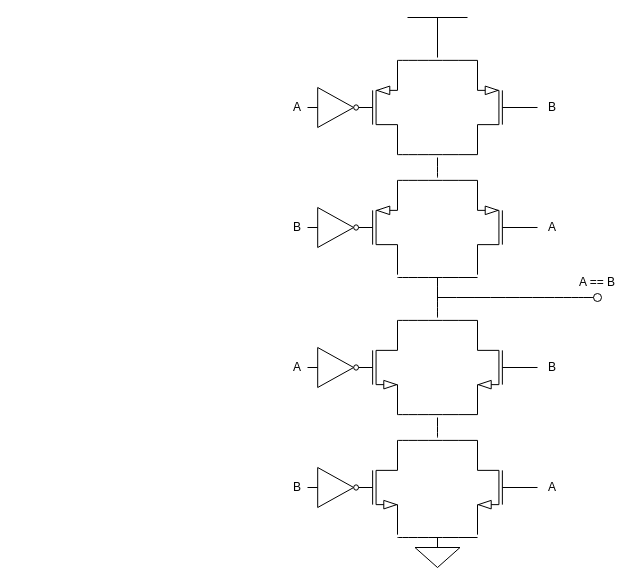
cd-public/hw_asm keeps this draw.io diagram as drawio/12_xnor.drawio. Above is the earlier version. Source tidied: cells renumbered, new cells numbered last; positions are measured from the earlier drawing's top-left corner, leaving out a move shared by most shapes. Both pictures are drawn from the tidied source at 100%, with x=0, y=0 at pixel (267, 17).
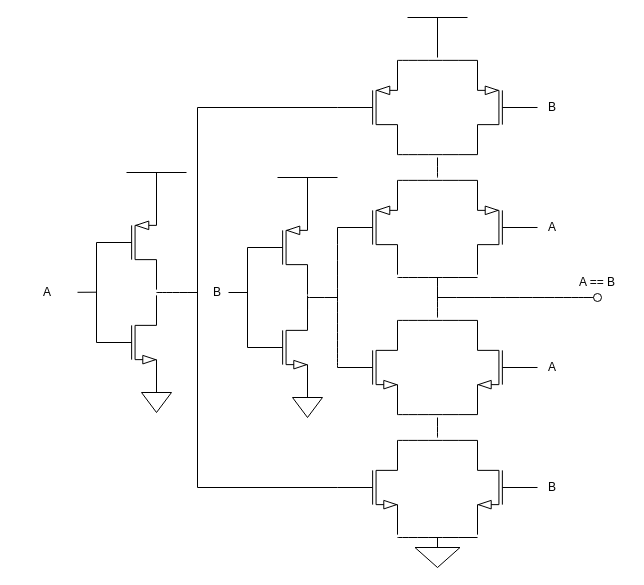
After the change.

The change refers to these unchanged cells:
```xml
<mxCell id="2" style="verticalLabelPosition=bottom;shadow=0;dashed=0;align=center;html=1;verticalAlign=top;shape=mxgraph.electrical.transistors.nmos;" parent="1" vertex="1">
  <mxGeometry x="70" y="420" width="60" height="100" as="geometry" />
</mxCell>
<mxCell id="3" style="verticalLabelPosition=bottom;shadow=0;dashed=0;align=center;html=1;verticalAlign=top;shape=mxgraph.electrical.transistors.nmos;" parent="1" vertex="1">
  <mxGeometry x="70" y="300" width="60" height="100" as="geometry" />
</mxCell>
<mxCell id="5" style="verticalLabelPosition=bottom;shadow=0;dashed=0;align=center;html=1;verticalAlign=top;shape=mxgraph.electrical.transistors.pmos;" parent="1" vertex="1">
  <mxGeometry x="70" y="40" width="60" height="100" as="geometry" />
</mxCell>
<mxCell id="6" style="verticalLabelPosition=bottom;shadow=0;dashed=0;align=center;html=1;verticalAlign=top;shape=mxgraph.electrical.transistors.pmos;" parent="1" vertex="1">
  <mxGeometry x="70" y="160" width="60" height="100" as="geometry" />
</mxCell>
```

Diff of the diagram source:
```diff
@@
-    <mxCell id="9" style="verticalLabelPosition=bottom;shadow=0;dashed=0;align=center;html=1;verticalAlign=top;shape=mxgraph.electrical.logic_gates.inverter_2;" parent="1" vertex="1">
-      <mxGeometry x="40" y="70" width="60" height="40" as="geometry" />
-    </mxCell>
-    <mxCell id="10" style="verticalLabelPosition=bottom;shadow=0;dashed=0;align=center;html=1;verticalAlign=top;shape=mxgraph.electrical.logic_gates.inverter_2;" parent="1" vertex="1">
-      <mxGeometry x="40" y="190" width="60" height="40" as="geometry" />
-    </mxCell>
@@
     <mxCell id="12" value="A" style="text;html=1;whiteSpace=wrap;strokeColor=none;fillColor=none;align=center;verticalAlign=middle;rounded=0;" parent="1" vertex="1">
-      <mxGeometry y="75" width="60" height="30" as="geometry" />
+      <mxGeometry x="-250" y="260" width="60" height="30" as="geometry" />
     </mxCell>
-    <mxCell id="13" value="B" style="text;html=1;whiteSpace=wrap;strokeColor=none;fillColor=none;align=center;verticalAlign=middle;rounded=0;" parent="1" vertex="1">
-      <mxGeometry y="195" width="60" height="30" as="geometry" />
-    </mxCell>
@@
-    <mxCell id="20" style="verticalLabelPosition=bottom;shadow=0;dashed=0;align=center;html=1;verticalAlign=top;shape=mxgraph.electrical.logic_gates.inverter_2;" parent="1" vertex="1">
-      <mxGeometry x="40" y="330" width="60" height="40" as="geometry" />
-    </mxCell>
-    <mxCell id="21" style="verticalLabelPosition=bottom;shadow=0;dashed=0;align=center;html=1;verticalAlign=top;shape=mxgraph.electrical.logic_gates.inverter_2;" parent="1" vertex="1">
-      <mxGeometry x="40" y="450" width="60" height="40" as="geometry" />
-    </mxCell>
@@
-    <mxCell id="23" value="A" style="text;html=1;whiteSpace=wrap;strokeColor=none;fillColor=none;align=center;verticalAlign=middle;rounded=0;" parent="1" vertex="1">
-      <mxGeometry y="335" width="60" height="30" as="geometry" />
+    <mxCell id="23" value="B" style="text;html=1;whiteSpace=wrap;strokeColor=none;fillColor=none;align=center;verticalAlign=middle;rounded=0;" parent="1" vertex="1">
+      <mxGeometry x="-80" y="260" width="60" height="30" as="geometry" />
     </mxCell>
-    <mxCell id="24" value="B" style="text;html=1;whiteSpace=wrap;strokeColor=none;fillColor=none;align=center;verticalAlign=middle;rounded=0;" parent="1" vertex="1">
-      <mxGeometry y="455" width="60" height="30" as="geometry" />
-    </mxCell>
-    <mxCell id="25" value="A" style="text;html=1;whiteSpace=wrap;strokeColor=none;fillColor=none;align=center;verticalAlign=middle;rounded=0;" parent="1" vertex="1">
+    <mxCell id="25" value="B" style="text;html=1;whiteSpace=wrap;strokeColor=none;fillColor=none;align=center;verticalAlign=middle;rounded=0;" parent="1" vertex="1">
       <mxGeometry x="255" y="455" width="60" height="30" as="geometry" />
     </mxCell>
-    <mxCell id="26" value="B" style="text;html=1;whiteSpace=wrap;strokeColor=none;fillColor=none;align=center;verticalAlign=middle;rounded=0;" parent="1" vertex="1">
+    <mxCell id="26" value="A" style="text;html=1;whiteSpace=wrap;strokeColor=none;fillColor=none;align=center;verticalAlign=middle;rounded=0;" parent="1" vertex="1">
       <mxGeometry x="255" y="335" width="60" height="30" as="geometry" />
     </mxCell>
@@
+    <mxCell id="37" style="verticalLabelPosition=bottom;shadow=0;dashed=0;align=center;html=1;verticalAlign=top;shape=mxgraph.electrical.transistors.nmos;labelPerimeter=1;" parent="1" vertex="1">
+      <mxGeometry x="-20" y="280" width="60" height="100" as="geometry" />
+    </mxCell>
+    <mxCell id="38" style="endArrow=none;html=1;rounded=0;defaultLabelBackgroundColor=gap;entryX=0;entryY=0.5;entryDx=0;entryDy=0;entryPerimeter=0;exitX=0;exitY=0.5;exitDx=0;exitDy=0;exitPerimeter=0;" parent="1" edge="1" source="40" target="37">
+      <mxGeometry relative="1" as="geometry" />
+    </mxCell>
+    <mxCell id="39" style="verticalLabelPosition=bottom;shadow=0;dashed=0;align=center;html=1;verticalAlign=top;shape=mxgraph.electrical.signal_sources.signal_ground;labelPerimeter=1;" parent="1" vertex="1">
+      <mxGeometry x="25" y="370" width="30" height="30" as="geometry" />
+    </mxCell>
+    <mxCell id="40" style="verticalLabelPosition=bottom;shadow=0;dashed=0;align=center;html=1;verticalAlign=top;shape=mxgraph.electrical.transistors.pmos;labelPerimeter=1;" parent="1" vertex="1">
+      <mxGeometry x="-20" y="180" width="60" height="100" as="geometry" />
+    </mxCell>
+    <mxCell id="41" style="endArrow=none;html=1;rounded=0;defaultLabelBackgroundColor=gap;entryX=1.001;entryY=1.009;entryDx=0;entryDy=0;entryPerimeter=0;exitX=1.001;exitY=0.095;exitDx=0;exitDy=0;exitPerimeter=0;" parent="1" edge="1" source="37" target="40">
+      <mxGeometry relative="1" as="geometry" />
+    </mxCell>
+    <mxCell id="42" style="endArrow=none;html=1;rounded=0;fontSize=12;startSize=8;endSize=8;curved=1;entryX=0;entryY=0.5;entryDx=0;entryDy=0;entryPerimeter=0;exitX=0;exitY=0.5;exitDx=0;exitDy=0;exitPerimeter=0;" parent="1" edge="1" source="3" target="6">
+      <mxGeometry relative="1" as="geometry" />
+    </mxCell>
+    <mxCell id="43" style="endArrow=none;html=1;rounded=0;fontSize=12;startSize=8;endSize=8;curved=1;" parent="1" edge="1">
+      <mxGeometry relative="1" as="geometry">
+        <mxPoint x="40" y="280" as="sourcePoint" />
+        <mxPoint x="70" y="280" as="targetPoint" />
+      </mxGeometry>
+    </mxCell>
+    <mxCell id="44" style="endArrow=none;html=1;rounded=0;defaultLabelBackgroundColor=gap;exitX=1;exitY=0.288;exitDx=0;exitDy=0;exitPerimeter=0;" parent="1" edge="1" source="40" target="45">
+      <mxGeometry relative="1" as="geometry" />
+    </mxCell>
+    <mxCell id="45" style="verticalLabelPosition=top;verticalAlign=bottom;shape=mxgraph.electrical.signal_sources.vdd;shadow=0;dashed=0;align=center;strokeWidth=1;fontSize=24;html=1;flipV=1;legacyAnchorPoints=0;" parent="1" vertex="1">
+      <mxGeometry x="10" y="160" width="60" height="40" as="geometry" />
+    </mxCell>
+    <mxCell id="46" style="verticalLabelPosition=bottom;shadow=0;dashed=0;align=center;html=1;verticalAlign=top;shape=mxgraph.electrical.transistors.nmos;labelPerimeter=1;" parent="1" vertex="1">
+      <mxGeometry x="-171" y="275" width="60" height="100" as="geometry" />
+    </mxCell>
+    <mxCell id="47" style="endArrow=none;html=1;rounded=0;defaultLabelBackgroundColor=gap;entryX=0;entryY=0.5;entryDx=0;entryDy=0;entryPerimeter=0;exitX=0;exitY=0.5;exitDx=0;exitDy=0;exitPerimeter=0;" parent="1" edge="1" source="49" target="46">
+      <mxGeometry relative="1" as="geometry" />
+    </mxCell>
+    <mxCell id="48" style="verticalLabelPosition=bottom;shadow=0;dashed=0;align=center;html=1;verticalAlign=top;shape=mxgraph.electrical.signal_sources.signal_ground;labelPerimeter=1;" parent="1" vertex="1">
+      <mxGeometry x="-126" y="365" width="30" height="30" as="geometry" />
+    </mxCell>
+    <mxCell id="49" style="verticalLabelPosition=bottom;shadow=0;dashed=0;align=center;html=1;verticalAlign=top;shape=mxgraph.electrical.transistors.pmos;labelPerimeter=1;" parent="1" vertex="1">
+      <mxGeometry x="-171" y="175" width="60" height="100" as="geometry" />
+    </mxCell>
+    <mxCell id="50" style="endArrow=none;html=1;rounded=0;defaultLabelBackgroundColor=gap;exitX=-0.006;exitY=1.027;exitDx=0;exitDy=0;exitPerimeter=0;" parent="1" edge="1" source="49" target="12">
+      <mxGeometry relative="1" as="geometry" />
+    </mxCell>
+    <mxCell id="51" style="endArrow=none;html=1;rounded=0;fontSize=12;startSize=8;endSize=8;curved=0;exitX=0;exitY=0.5;exitDx=0;exitDy=0;exitPerimeter=0;entryX=0;entryY=0.5;entryDx=0;entryDy=0;entryPerimeter=0;" parent="1" edge="1" source="2" target="5">
+      <mxGeometry relative="1" as="geometry">
+        <Array as="points">
+          <mxPoint x="-70" y="470" />
+          <mxPoint x="-70" y="90" />
+        </Array>
+      </mxGeometry>
+    </mxCell>
+    <mxCell id="52" style="endArrow=none;html=1;rounded=0;fontSize=12;startSize=8;endSize=8;curved=1;" parent="1" edge="1">
+      <mxGeometry relative="1" as="geometry">
+        <mxPoint x="-111" y="275" as="sourcePoint" />
+        <mxPoint x="-70" y="275" as="targetPoint" />
+      </mxGeometry>
+    </mxCell>
+    <mxCell id="53" style="endArrow=none;html=1;rounded=0;defaultLabelBackgroundColor=gap;exitX=1;exitY=0.288;exitDx=0;exitDy=0;exitPerimeter=0;" parent="1" edge="1" source="49" target="54">
+      <mxGeometry relative="1" as="geometry" />
+    </mxCell>
+    <mxCell id="54" style="verticalLabelPosition=top;verticalAlign=bottom;shape=mxgraph.electrical.signal_sources.vdd;shadow=0;dashed=0;align=center;strokeWidth=1;fontSize=24;html=1;flipV=1;legacyAnchorPoints=0;" parent="1" vertex="1">
+      <mxGeometry x="-141" y="155" width="60" height="40" as="geometry" />
+    </mxCell>
+    <mxCell id="55" style="endArrow=none;html=1;rounded=0;defaultLabelBackgroundColor=gap;exitX=-0.006;exitY=1.027;exitDx=0;exitDy=0;exitPerimeter=0;" parent="1" edge="1">
+      <mxGeometry relative="1" as="geometry">
+        <mxPoint x="-20" y="275" as="sourcePoint" />
+        <mxPoint x="-39" y="275" as="targetPoint" />
+      </mxGeometry>
+    </mxCell>
```
